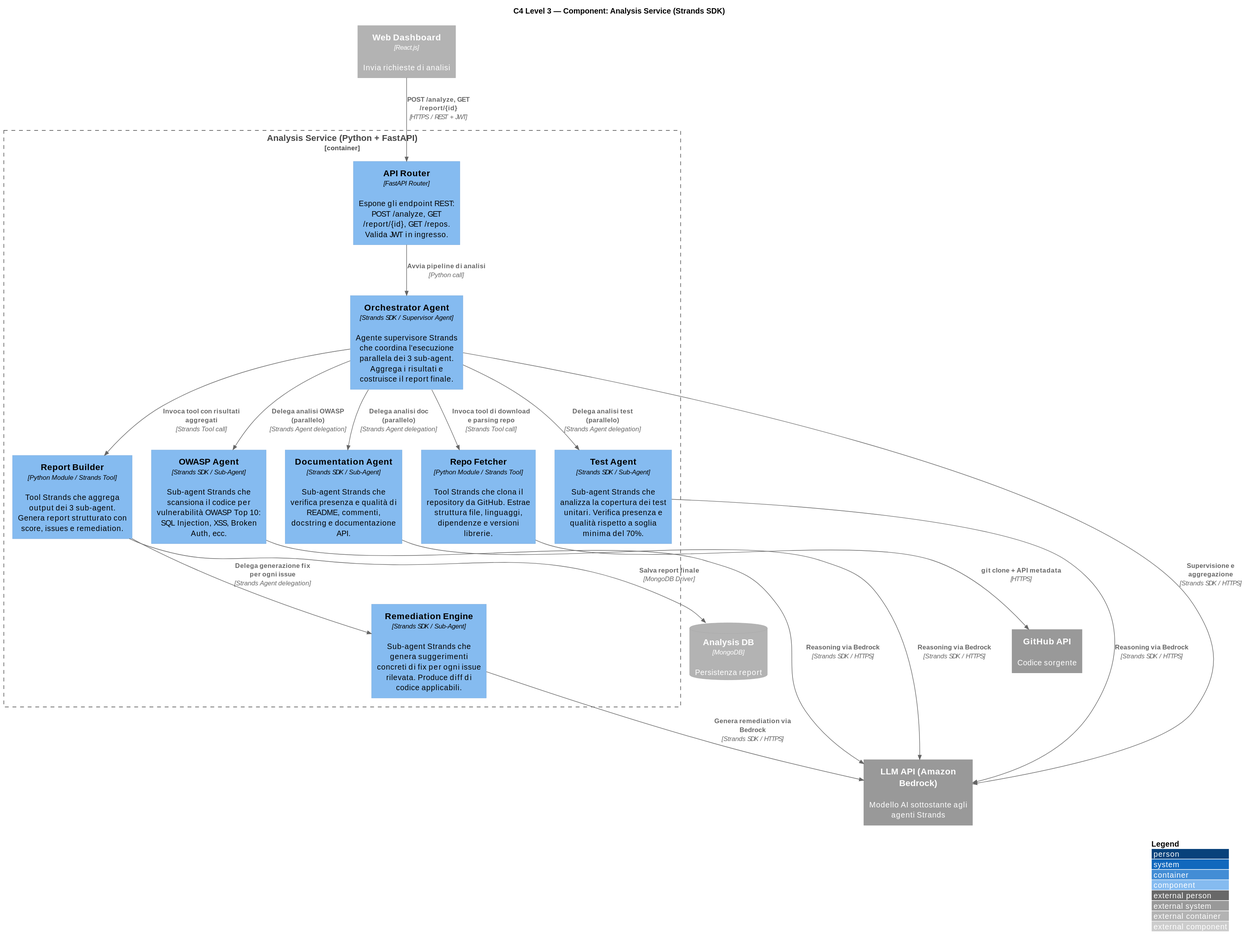
Earlier version of the PlantUML export assets/st_diagrams/svg/C4_Level3_Component_AnalysisService.svg (SkarabGroup/DocumentazioneProgetto).
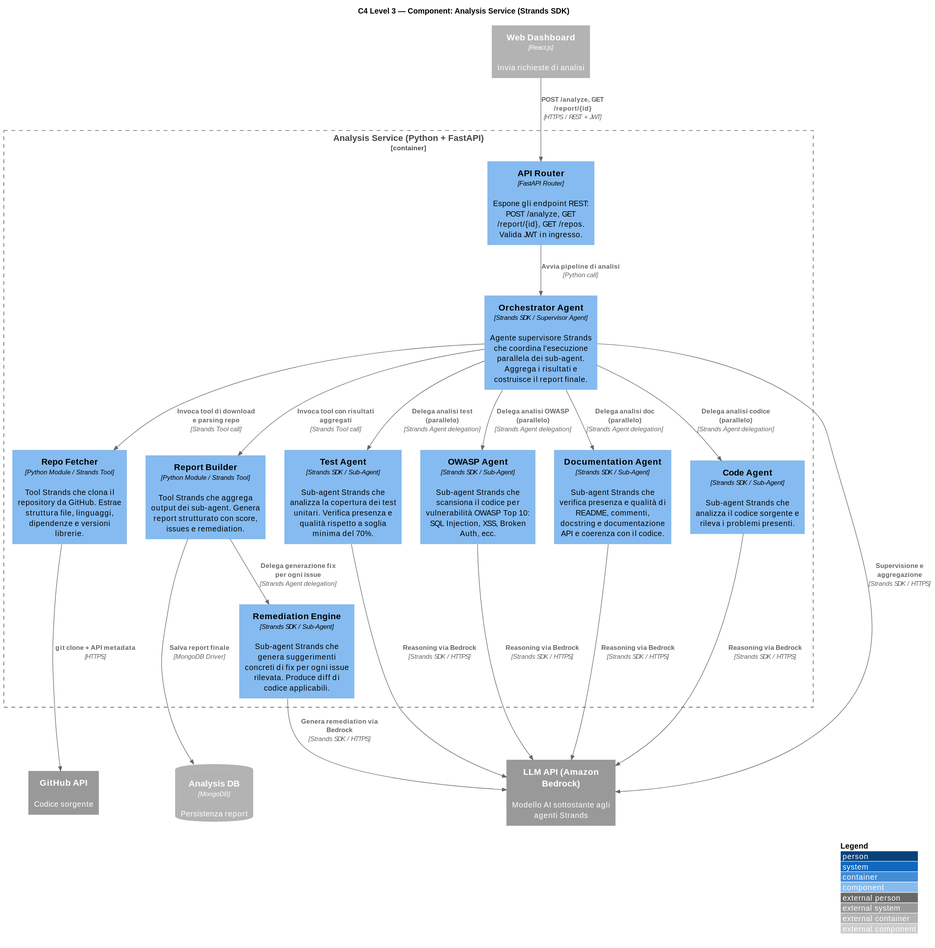
Later version of the same file.

Change to the diagram source:
```diff
@@ -1,20 +1,16 @@
 @startuml
 !include https://raw.githubusercontent.com/plantuml-stdlib/C4-PlantUML/master/C4_Component.puml
 
+LAYOUT_TOP_DOWN()
 LAYOUT_WITH_LEGEND()
 
 title C4 Level 3 — Component: Analysis Service (Strands SDK)
-
-Container_Ext(frontend, "Web Dashboard", "React.js", "Invia richieste di analisi")
-ContainerDb_Ext(analysisDb, "Analysis DB", "MongoDB", "Persistenza report")
-System_Ext(github, "GitHub API", "Codice sorgente")
-System_Ext(llmApi, "LLM API (Amazon Bedrock)", "Modello AI sottostante agli agenti Strands")
 
 Container_Boundary(analysisService, "Analysis Service (Python + FastAPI)") {
 
     Component(apiRouter, "API Router", "FastAPI Router", "Espone gli endpoint REST: POST /analyze, GET /report/{id}, GET /repos. Valida JWT in ingresso.")
 
-    Component(orchestrator, "Orchestrator Agent", "Strands SDK / Supervisor Agent", "Agente supervisore Strands che coordina l'esecuzione parallela dei 3 sub-agent. Aggrega i risultati e costruisce il report finale.")
+    Component(orchestrator, "Orchestrator Agent", "Strands SDK / Supervisor Agent", "Agente supervisore Strands che coordina l'esecuzione parallela dei sub-agent. Aggrega i risultati e costruisce il report finale.")
 
     Component(repoFetcher, "Repo Fetcher", "Python Module / Strands Tool", "Tool Strands che clona il repository da GitHub. Estrae struttura file, linguaggi, dipendenze e versioni librerie.")
 
@@ -22,12 +18,25 @@
 
     Component(owaspAgent, "OWASP Agent", "Strands SDK / Sub-Agent", "Sub-agent Strands che scansiona il codice per vulnerabilità OWASP Top 10: SQL Injection, XSS, Broken Auth, ecc.")
 
-    Component(docAgent, "Documentation Agent", "Strands SDK / Sub-Agent", "Sub-agent Strands che verifica presenza e qualità di README, commenti, docstring e documentazione API.")
+    Component(docAgent, "Documentation Agent", "Strands SDK / Sub-Agent", "Sub-agent Strands che verifica presenza e qualità di README, commenti, docstring e documentazione API e coerenza con il codice.")
 
-    Component(reportBuilder, "Report Builder", "Python Module / Strands Tool", "Tool Strands che aggrega output dei 3 sub-agent. Genera report strutturato con score, issues e remediation.")
+    Component(codeAgent, "Code Agent", "Strands SDK / Sub-Agent", "Sub-agent Strands che analizza il codice sorgente e rileva i problemi presenti.")
+
+    Component(reportBuilder, "Report Builder", "Python Module / Strands Tool", "Tool Strands che aggrega output dei sub-agent. Genera report strutturato con score, issues e remediation.")
 
     Component(remediationEngine, "Remediation Engine", "Strands SDK / Sub-Agent", "Sub-agent Strands che genera suggerimenti concreti di fix per ogni issue rilevata. Produce diff di codice applicabili.")
 }
+
+Container_Ext(frontend, "Web Dashboard", "React.js", "Invia richieste di analisi")
+ContainerDb_Ext(analysisDb, "Analysis DB", "MongoDB", "Persistenza report")
+System_Ext(github, "GitHub API", "Codice sorgente")
+System_Ext(llmApi, "LLM API (Amazon Bedrock)", "Modello AI sottostante agli agenti Strands")
+
+Lay_U(apiRouter, frontend)
+Lay_D(remediationEngine, analysisDb)
+Lay_D(remediationEngine, github)
+Lay_D(remediationEngine, llmApi)
+Lay_D(orchestrator, llmApi)
 
 Rel(frontend, apiRouter, "POST /analyze, GET /report/{id}", "HTTPS / REST + JWT")
 Rel(apiRouter, orchestrator, "Avvia pipeline di analisi", "Python call")
@@ -37,10 +46,12 @@
 Rel(orchestrator, testAgent, "Delega analisi test (parallelo)", "Strands Agent delegation")
 Rel(orchestrator, owaspAgent, "Delega analisi OWASP (parallelo)", "Strands Agent delegation")
 Rel(orchestrator, docAgent, "Delega analisi doc (parallelo)", "Strands Agent delegation")
+Rel(orchestrator, codeAgent, "Delega analisi codice (parallelo)", "Strands Agent delegation")
 
 Rel(testAgent, llmApi, "Reasoning via Bedrock", "Strands SDK / HTTPS")
 Rel(owaspAgent, llmApi, "Reasoning via Bedrock", "Strands SDK / HTTPS")
 Rel(docAgent, llmApi, "Reasoning via Bedrock", "Strands SDK / HTTPS")
+Rel(codeAgent, llmApi, "Reasoning via Bedrock", "Strands SDK / HTTPS")
 Rel(orchestrator, llmApi, "Supervisione e aggregazione", "Strands SDK / HTTPS")
 
 Rel(orchestrator, reportBuilder, "Invoca tool con risultati aggregati", "Strands Tool call")
```
